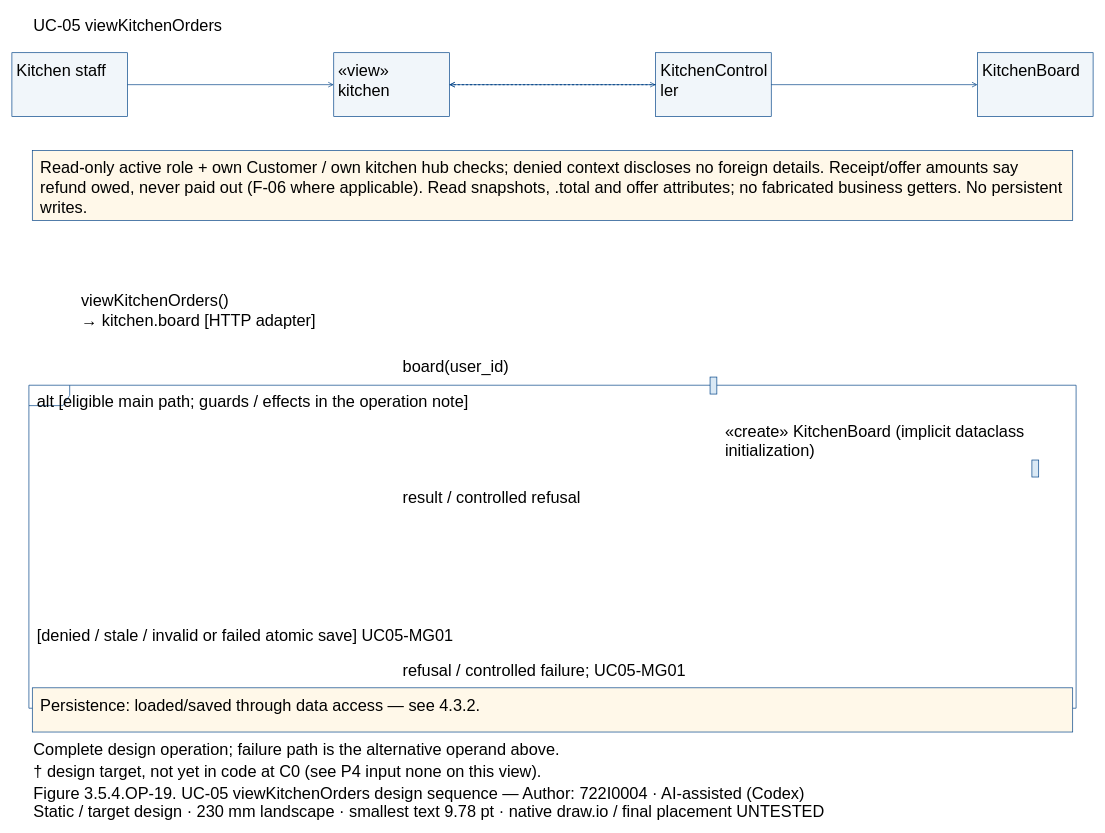
Dat071104/SaigonBite keeps this draw.io diagram as models/UC-05/seq_uc05_viewKitchenOrders.drawio. Above is the earlier version. Source tidied: cells renumbered, new cells numbered last; positions are measured from the earlier drawing's top-left corner, leaving out a move shared by most shapes. Both pictures are drawn from the tidied source at 68%, with x=0, y=0 at pixel (12, 12).
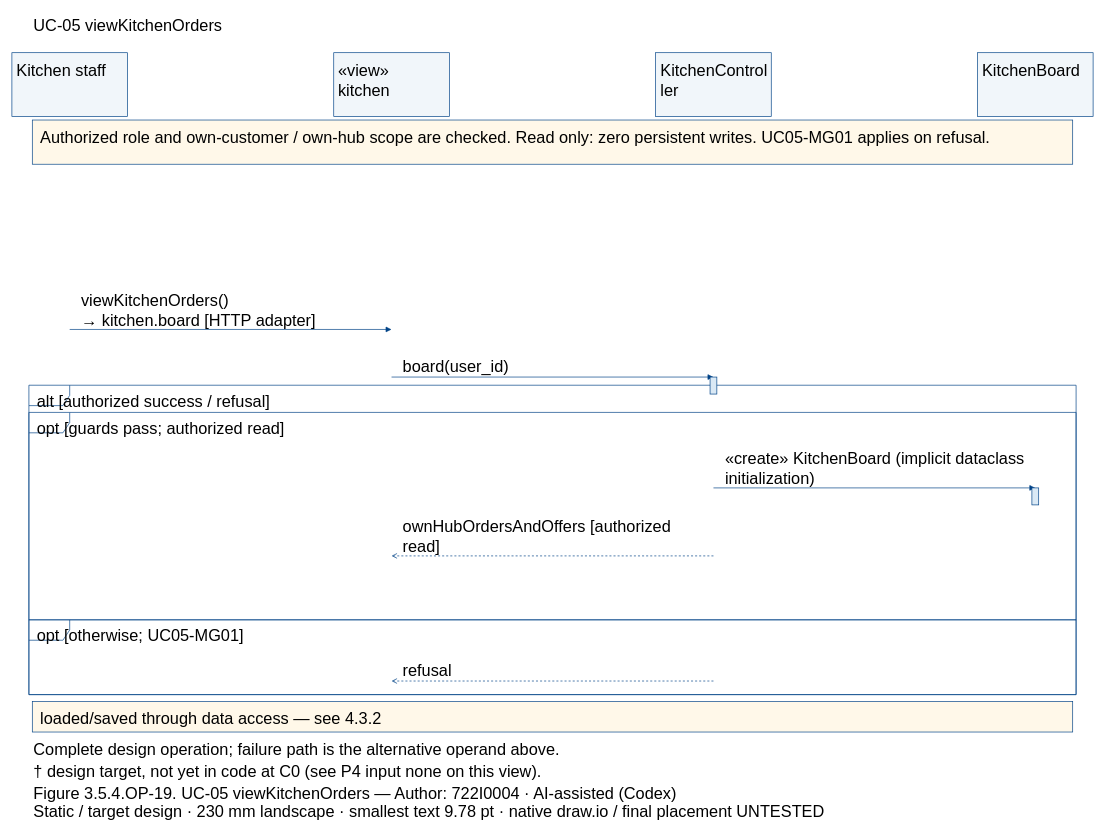
After the change.

Unchanged cells that the change refers to:
```xml
<mxCell id="3" style="fillColor=#F1F6FA;strokeColor=#004387;fontFamily=Arial;fontSize=24;whiteSpace=wrap;html=0;" parent="1" vertex="1">
  <mxGeometry y="60" width="170" height="94" as="geometry" />
</mxCell>
<mxCell id="5" style="fillColor=#F1F6FA;strokeColor=#004387;fontFamily=Arial;fontSize=24;whiteSpace=wrap;html=0;" parent="1" vertex="1">
  <mxGeometry x="473.3" y="60" width="170" height="94" as="geometry" />
</mxCell>
<mxCell id="7" style="fillColor=#F1F6FA;strokeColor=#004387;fontFamily=Arial;fontSize=24;whiteSpace=wrap;html=0;" parent="1" vertex="1">
  <mxGeometry x="946.7" y="60" width="170" height="94" as="geometry" />
</mxCell>
<mxCell id="9" style="fillColor=#F1F6FA;strokeColor=#004387;fontFamily=Arial;fontSize=24;whiteSpace=wrap;html=0;" parent="1" vertex="1">
  <mxGeometry x="1420" y="60" width="170" height="94" as="geometry" />
</mxCell>
```

The edit, as a diff of the source:
```diff
@@
-    <mxCell id="11" style="fillColor=white;strokeColor=#004387;shape=umlFrame;fillColor=none;fontFamily=Arial;fontSize=24;whiteSpace=wrap;html=0;" parent="1" vertex="1">
-      <mxGeometry x="25" y="549" width="1540" height="475" as="geometry" />
-    </mxCell>
-    <mxCell id="12" value="alt [eligible main path; guards / effects in the operation note]" style="text;align=left;verticalAlign=top;strokeColor=none;fillColor=none;fontFamily=Arial;fontSize=24;whiteSpace=wrap;html=0;" parent="1" vertex="1">
-      <mxGeometry x="35" y="552" width="1520" height="27.6" as="geometry" />
-    </mxCell>
-    <mxCell id="13" value="[denied / stale / invalid or failed atomic save] UC05-MG01" style="text;align=left;verticalAlign=top;strokeColor=none;fillColor=none;fontFamily=Arial;fontSize=24;whiteSpace=wrap;html=0;" parent="1" vertex="1">
-      <mxGeometry x="35" y="897" width="1520" height="27.6" as="geometry" />
-    </mxCell>
-    <mxCell id="14" style="fillColor=#FFF8E9;strokeColor=#004387;fontFamily=Arial;fontSize=24;whiteSpace=wrap;html=0;" parent="1" vertex="1">
-      <mxGeometry x="30" y="204" width="1530" height="102.8" as="geometry" />
-    </mxCell>
-    <mxCell id="15" value="Read-only active role + own Customer / own kitchen hub checks; denied context discloses no foreign details. Receipt/offer amounts say&#10;refund owed, never paid out (F-06 where applicable). Read snapshots, .total and offer attributes; no fabricated business getters. No persistent&#10;writes." style="text;align=left;verticalAlign=top;strokeColor=none;fillColor=none;fontFamily=Arial;fontSize=24;whiteSpace=wrap;html=0;" parent="1" vertex="1">
-      <mxGeometry x="40" y="209" width="1510" height="82.8" as="geometry" />
-    </mxCell>
-    <mxCell id="16" style="fillColor=#FFF8E9;strokeColor=#004387;fontFamily=Arial;fontSize=24;whiteSpace=wrap;html=0;" parent="1" vertex="1">
-      <mxGeometry x="30" y="994" width="1530" height="65" as="geometry" />
-    </mxCell>
-    <mxCell id="17" value="Persistence: loaded/saved through data access — see 4.3.2." style="text;align=left;verticalAlign=top;strokeColor=none;fillColor=none;fontFamily=Arial;fontSize=24;whiteSpace=wrap;html=0;" parent="1" vertex="1">
-      <mxGeometry x="40" y="999" width="1510" height="27.6" as="geometry" />
-    </mxCell>
-    <mxCell id="18" style="edgeStyle=none;endArrow=open;strokeColor=#004387;" parent="1" edge="1" source="3" target="5">
-      <mxGeometry relative="1" as="geometry" />
-    </mxCell>
+    <mxCell id="34" style="fillColor=white;strokeColor=#004387;shape=umlFrame;fillColor=none;fontFamily=Arial;fontSize=24;whiteSpace=wrap;html=0;" parent="1" vertex="1">
+      <mxGeometry x="25" y="549" width="1540" height="455" as="geometry" />
+    </mxCell>
+    <mxCell id="35" value="alt [authorized success / refusal]" style="text;align=left;verticalAlign=top;strokeColor=none;fillColor=none;fontFamily=Arial;fontSize=24;whiteSpace=wrap;html=0;" parent="1" vertex="1">
+      <mxGeometry x="35" y="552" width="1520" height="27.6" as="geometry" />
+    </mxCell>
+    <mxCell id="36" style="fillColor=white;strokeColor=#004387;shape=umlFrame;fillColor=none;fontFamily=Arial;fontSize=24;whiteSpace=wrap;html=0;" parent="1" vertex="1">
+      <mxGeometry x="25" y="589" width="1540" height="305" as="geometry" />
+    </mxCell>
+    <mxCell id="37" value="opt [guards pass; authorized read]" style="text;align=left;verticalAlign=top;strokeColor=none;fillColor=none;fontFamily=Arial;fontSize=24;whiteSpace=wrap;html=0;" parent="1" vertex="1">
+      <mxGeometry x="35" y="592" width="1520" height="27.6" as="geometry" />
+    </mxCell>
+    <mxCell id="38" style="fillColor=white;strokeColor=#004387;shape=umlFrame;fillColor=none;fontFamily=Arial;fontSize=24;whiteSpace=wrap;html=0;" parent="1" vertex="1">
+      <mxGeometry x="25" y="894" width="1540" height="110" as="geometry" />
+    </mxCell>
+    <mxCell id="39" value="opt [otherwise; UC05-MG01]" style="text;align=left;verticalAlign=top;strokeColor=none;fillColor=none;fontFamily=Arial;fontSize=24;whiteSpace=wrap;html=0;" parent="1" vertex="1">
+      <mxGeometry x="35" y="897" width="1520" height="27.6" as="geometry" />
+    </mxCell>
+    <mxCell id="40" style="fillColor=#FFF8E9;strokeColor=#004387;fontFamily=Arial;fontSize=24;whiteSpace=wrap;html=0;" parent="1" vertex="1">
+      <mxGeometry x="30" y="159" width="1530" height="65" as="geometry" />
+    </mxCell>
+    <mxCell id="41" value="Authorized role and own-customer / own-hub scope are checked. Read only: zero persistent writes. UC05-MG01 applies on refusal." style="text;align=left;verticalAlign=top;strokeColor=none;fillColor=none;fontFamily=Arial;fontSize=24;whiteSpace=wrap;html=0;" parent="1" vertex="1">
+      <mxGeometry x="40" y="164" width="1510" height="27.6" as="geometry" />
+    </mxCell>
+    <mxCell id="42" style="fillColor=#FFF8E9;strokeColor=#004387;fontFamily=Arial;fontSize=24;whiteSpace=wrap;html=0;" parent="1" vertex="1">
+      <mxGeometry x="30" y="1014" width="1530" height="45" as="geometry" />
+    </mxCell>
+    <mxCell id="43" value="loaded/saved through data access — see 4.3.2" style="text;align=left;verticalAlign=top;strokeColor=none;fillColor=none;fontFamily=Arial;fontSize=24;whiteSpace=wrap;html=0;" parent="1" vertex="1">
+      <mxGeometry x="40" y="1019" width="1510" height="27.6" as="geometry" />
+    </mxCell>
+    <mxCell id="44" style="opacity=0;strokeColor=none;fillColor=none;fontFamily=Arial;fontSize=24;whiteSpace=wrap;html=0;" parent="1" vertex="1">
+      <mxGeometry x="84.5" y="466.5" width="1" height="1" as="geometry" />
+    </mxCell>
+    <mxCell id="45" style="opacity=0;strokeColor=none;fillColor=none;fontFamily=Arial;fontSize=24;whiteSpace=wrap;html=0;" parent="1" vertex="1">
+      <mxGeometry x="557.8" y="466.5" width="1" height="1" as="geometry" />
+    </mxCell>
+    <mxCell id="46" style="edgeStyle=none;endArrow=block;endFill=1;strokeColor=#004387;exitX=0.5;exitY=0.5;exitPerimeter=0;entryX=0.5;entryY=0.5;entryPerimeter=0;" parent="1" edge="1" source="44" target="45">
+      <mxGeometry relative="1" as="geometry" />
+    </mxCell>
@@
-    <mxCell id="20" style="edgeStyle=none;endArrow=open;strokeColor=#004387;" parent="1" edge="1" source="5" target="7">
-      <mxGeometry relative="1" as="geometry" />
-    </mxCell>
+    <mxCell id="47" style="opacity=0;strokeColor=none;fillColor=none;fontFamily=Arial;fontSize=24;whiteSpace=wrap;html=0;" parent="1" vertex="1">
+      <mxGeometry x="557.8" y="536.5" width="1" height="1" as="geometry" />
+    </mxCell>
+    <mxCell id="48" style="opacity=0;strokeColor=none;fillColor=none;fontFamily=Arial;fontSize=24;whiteSpace=wrap;html=0;" parent="1" vertex="1">
+      <mxGeometry x="1031.2" y="536.5" width="1" height="1" as="geometry" />
+    </mxCell>
+    <mxCell id="49" style="edgeStyle=none;endArrow=block;endFill=1;strokeColor=#004387;exitX=0.5;exitY=0.5;exitPerimeter=0;entryX=0.5;entryY=0.5;entryPerimeter=0;" parent="1" edge="1" source="47" target="48">
+      <mxGeometry relative="1" as="geometry" />
+    </mxCell>
@@
-    <mxCell id="22" style="fillColor=#DAE9F5;strokeColor=#004387;fontFamily=Arial;fontSize=24;whiteSpace=wrap;html=0;" parent="1" vertex="1">
-      <mxGeometry x="1026.7" y="537" width="10" height="25" as="geometry" />
-    </mxCell>
-    <mxCell id="23" style="edgeStyle=none;endArrow=open;strokeColor=#004387;" parent="1" edge="1" source="7" target="9">
-      <mxGeometry relative="1" as="geometry" />
-    </mxCell>
+    <mxCell id="25" style="fillColor=#DAE9F5;strokeColor=#004387;fontFamily=Arial;fontSize=24;whiteSpace=wrap;html=0;" parent="1" vertex="1">
+      <mxGeometry x="1026.7" y="537" width="10" height="25" as="geometry" />
+    </mxCell>
+    <mxCell id="50" style="opacity=0;strokeColor=none;fillColor=none;fontFamily=Arial;fontSize=24;whiteSpace=wrap;html=0;" parent="1" vertex="1">
+      <mxGeometry x="1031.2" y="699.5" width="1" height="1" as="geometry" />
+    </mxCell>
+    <mxCell id="51" style="opacity=0;strokeColor=none;fillColor=none;fontFamily=Arial;fontSize=24;whiteSpace=wrap;html=0;" parent="1" vertex="1">
+      <mxGeometry x="1504.5" y="699.5" width="1" height="1" as="geometry" />
+    </mxCell>
+    <mxCell id="52" style="edgeStyle=none;endArrow=block;endFill=1;strokeColor=#004387;exitX=0.5;exitY=0.5;exitPerimeter=0;entryX=0.5;entryY=0.5;entryPerimeter=0;" parent="1" edge="1" source="50" target="51">
+      <mxGeometry relative="1" as="geometry" />
+    </mxCell>
     <mxCell id="24" value="«create» KitchenBoard (implicit dataclass&#10;initialization)" style="text;align=left;verticalAlign=top;strokeColor=none;fillColor=none;fontFamily=Arial;fontSize=24;whiteSpace=wrap;html=0;" parent="1" vertex="1">
-      <mxGeometry x="1046.7" y="595.8" width="443.3" height="55.2" as="geometry" />
+      <mxGeometry x="1046.7" y="636.8" width="443.3" height="55.2" as="geometry" />
     </mxCell>
-    <mxCell id="25" style="fillColor=#DAE9F5;strokeColor=#004387;fontFamily=Arial;fontSize=24;whiteSpace=wrap;html=0;" parent="1" vertex="1">
-      <mxGeometry x="1500" y="659" width="10" height="25" as="geometry" />
-    </mxCell>
-    <mxCell id="26" style="edgeStyle=none;endArrow=open;dashed=1;strokeColor=#004387;" parent="1" edge="1" source="7" target="5">
-      <mxGeometry relative="1" as="geometry" />
-    </mxCell>
-    <mxCell id="27" value="result / controlled refusal" style="text;align=left;verticalAlign=top;strokeColor=none;fillColor=none;fontFamily=Arial;fontSize=24;whiteSpace=wrap;html=0;" parent="1" vertex="1">
-      <mxGeometry x="573.3" y="693.4" width="443.3" height="27.6" as="geometry" />
-    </mxCell>
-    <mxCell id="28" style="edgeStyle=none;endArrow=open;dashed=1;strokeColor=#004387;" parent="1" edge="1" source="7" target="5">
-      <mxGeometry relative="1" as="geometry" />
-    </mxCell>
-    <mxCell id="29" value="refusal / controlled failure; UC05-MG01" style="text;align=left;verticalAlign=top;strokeColor=none;fillColor=none;fontFamily=Arial;fontSize=24;whiteSpace=wrap;html=0;" parent="1" vertex="1">
-      <mxGeometry x="573.3" y="948.4" width="443.3" height="27.6" as="geometry" />
-    </mxCell>
-    <mxCell id="30" value="Complete design operation; failure path is the alternative operand above." style="text;align=left;verticalAlign=top;strokeColor=none;fillColor=none;fontFamily=Arial;fontSize=24;whiteSpace=wrap;html=0;" parent="1" vertex="1">
-      <mxGeometry x="30" y="1064" width="1530" height="27.6" as="geometry" />
-    </mxCell>
+    <mxCell id="53" style="fillColor=#DAE9F5;strokeColor=#004387;fontFamily=Arial;fontSize=24;whiteSpace=wrap;html=0;" parent="1" vertex="1">
+      <mxGeometry x="1500" y="700" width="10" height="25" as="geometry" />
+    </mxCell>
+    <mxCell id="54" style="opacity=0;strokeColor=none;fillColor=none;fontFamily=Arial;fontSize=24;whiteSpace=wrap;html=0;" parent="1" vertex="1">
+      <mxGeometry x="1031.2" y="799.5" width="1" height="1" as="geometry" />
+    </mxCell>
+    <mxCell id="55" style="opacity=0;strokeColor=none;fillColor=none;fontFamily=Arial;fontSize=24;whiteSpace=wrap;html=0;" parent="1" vertex="1">
+      <mxGeometry x="557.8" y="799.5" width="1" height="1" as="geometry" />
+    </mxCell>
+    <mxCell id="56" style="edgeStyle=none;endArrow=open;endFill=0;dashed=1;strokeColor=#004387;exitX=0.5;exitY=0.5;exitPerimeter=0;entryX=0.5;entryY=0.5;entryPerimeter=0;" parent="1" edge="1" source="54" target="55">
+      <mxGeometry relative="1" as="geometry" />
+    </mxCell>
+    <mxCell id="57" value="ownHubOrdersAndOffers [authorized&#10;read]" style="text;align=left;verticalAlign=top;strokeColor=none;fillColor=none;fontFamily=Arial;fontSize=24;whiteSpace=wrap;html=0;" parent="1" vertex="1">
+      <mxGeometry x="573.3" y="736.8" width="443.3" height="55.2" as="geometry" />
+    </mxCell>
+    <mxCell id="58" style="opacity=0;strokeColor=none;fillColor=none;fontFamily=Arial;fontSize=24;whiteSpace=wrap;html=0;" parent="1" vertex="1">
+      <mxGeometry x="1031.2" y="983.5" width="1" height="1" as="geometry" />
+    </mxCell>
+    <mxCell id="59" style="opacity=0;strokeColor=none;fillColor=none;fontFamily=Arial;fontSize=24;whiteSpace=wrap;html=0;" parent="1" vertex="1">
+      <mxGeometry x="557.8" y="983.5" width="1" height="1" as="geometry" />
+    </mxCell>
+    <mxCell id="60" style="edgeStyle=none;endArrow=open;endFill=0;dashed=1;strokeColor=#004387;exitX=0.5;exitY=0.5;exitPerimeter=0;entryX=0.5;entryY=0.5;entryPerimeter=0;" parent="1" edge="1" source="58" target="59">
+      <mxGeometry relative="1" as="geometry" />
+    </mxCell>
+    <mxCell id="61" value="refusal" style="text;align=left;verticalAlign=top;strokeColor=none;fillColor=none;fontFamily=Arial;fontSize=24;whiteSpace=wrap;html=0;" parent="1" vertex="1">
+      <mxGeometry x="573.3" y="948.4" width="443.3" height="27.6" as="geometry" />
+    </mxCell>
+    <mxCell id="33" value="Complete design operation; failure path is the alternative operand above." style="text;align=left;verticalAlign=top;strokeColor=none;fillColor=none;fontFamily=Arial;fontSize=24;whiteSpace=wrap;html=0;" parent="1" vertex="1">
+      <mxGeometry x="30" y="1064" width="1530" height="27.6" as="geometry" />
+    </mxCell>
@@
-    <mxCell id="32" value="Figure 3.5.4.OP-19. UC-05 viewKitchenOrders design sequence — Author: 722I0004 · AI-assisted (Codex)" style="text;align=left;verticalAlign=top;strokeColor=none;fillColor=none;fontFamily=Arial;fontSize=24;whiteSpace=wrap;html=0;" parent="1" vertex="1">
-      <mxGeometry x="30" y="1129" width="1530" height="27.6" as="geometry" />
-    </mxCell>
-    <mxCell id="33" value="Static / target design · 230 mm landscape · smallest text 9.78 pt · native draw.io / final placement UNTESTED" style="text;align=left;verticalAlign=top;strokeColor=none;fillColor=none;fontFamily=Arial;fontSize=24;whiteSpace=wrap;html=0;" parent="1" vertex="1">
-      <mxGeometry x="30" y="1155" width="1530" height="27.6" as="geometry" />
-    </mxCell>
+    <mxCell id="62" value="Figure 3.5.4.OP-19. UC-05 viewKitchenOrders — Author: 722I0004 · AI-assisted (Codex)" style="text;align=left;verticalAlign=top;strokeColor=none;fillColor=none;fontFamily=Arial;fontSize=24;whiteSpace=wrap;html=0;" parent="1" vertex="1">
+      <mxGeometry x="30" y="1129" width="1530" height="27.6" as="geometry" />
+    </mxCell>
+    <mxCell id="63" value="Static / target design · 230 mm landscape · smallest text 9.78 pt · native draw.io / final placement UNTESTED" style="text;align=left;verticalAlign=top;strokeColor=none;fillColor=none;fontFamily=Arial;fontSize=24;whiteSpace=wrap;html=0;" parent="1" vertex="1">
+      <mxGeometry x="30" y="1155" width="1530" height="27.6" as="geometry" />
+    </mxCell>
```
